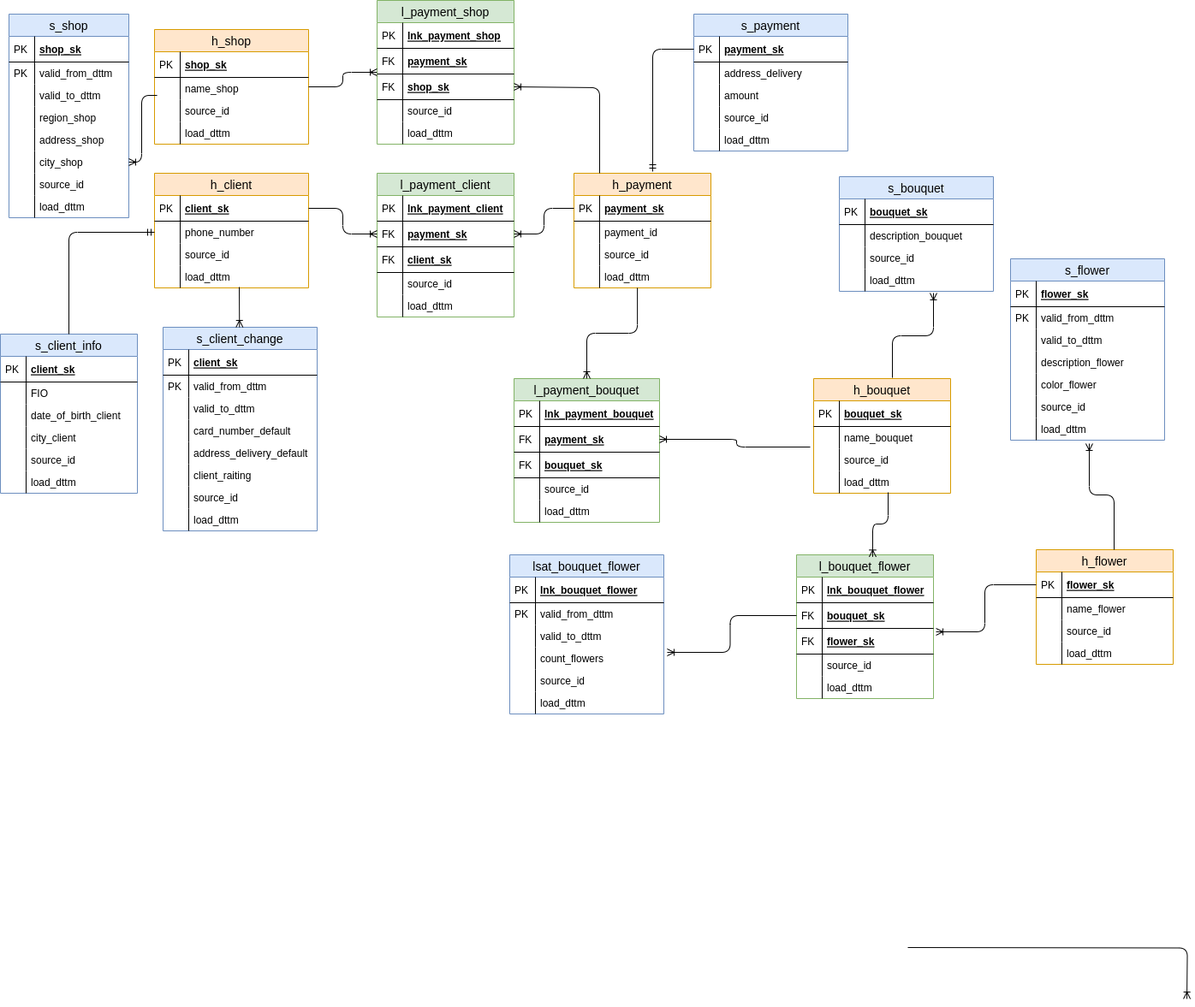
Earlier version of the draw.io export доставка цветов-Data Vault .drawio.png (PPPirogov/Karpov_course). Source tidied: cells renumbered, new cells last; positions are measured from the earlier drawing's top-left corner, leaving out a move shared by most shapes.
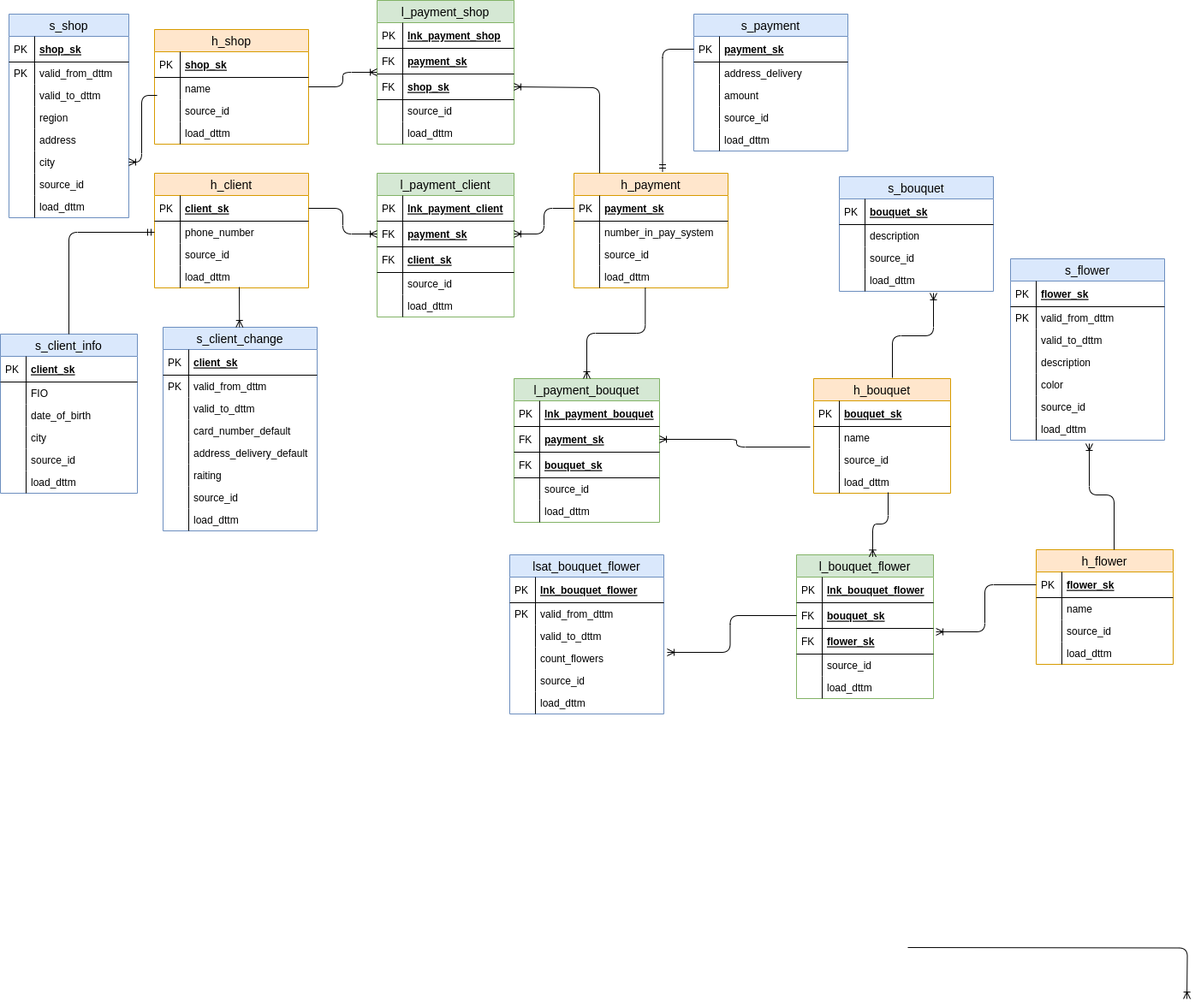
After the commit.

Change to the diagram source:
```diff
@@ -44,13 +44,13 @@
     <mxCell id="15" style="shape=partialRectangle;top=0;left=0;bottom=0;fillColor=none;align=left;verticalAlign=top;spacingLeft=4;spacingRight=4;overflow=hidden;fontSize=12;" parent="14" vertex="1">
       <mxGeometry width="30" height="26" as="geometry" />
     </mxCell>
-    <mxCell id="16" value="date_of_birth_client" style="shape=partialRectangle;top=0;left=0;right=0;bottom=0;align=left;verticalAlign=top;fillColor=none;spacingLeft=34;spacingRight=4;overflow=hidden;fontSize=12;" parent="11" vertex="1">
+    <mxCell id="16" value="date_of_birth" style="shape=partialRectangle;top=0;left=0;right=0;bottom=0;align=left;verticalAlign=top;fillColor=none;spacingLeft=34;spacingRight=4;overflow=hidden;fontSize=12;" parent="11" vertex="1">
       <mxGeometry y="82" width="160" height="26" as="geometry" />
     </mxCell>
     <mxCell id="17" style="shape=partialRectangle;top=0;left=0;bottom=0;fillColor=none;align=left;verticalAlign=top;spacingLeft=4;spacingRight=4;overflow=hidden;fontSize=12;" parent="16" vertex="1">
       <mxGeometry width="30" height="26" as="geometry" />
     </mxCell>
-    <mxCell id="18" value="city_client" style="shape=partialRectangle;top=0;left=0;right=0;bottom=0;align=left;verticalAlign=top;fillColor=none;spacingLeft=34;spacingRight=4;overflow=hidden;fontSize=12;" parent="11" vertex="1">
+    <mxCell id="18" value="city" style="shape=partialRectangle;top=0;left=0;right=0;bottom=0;align=left;verticalAlign=top;fillColor=none;spacingLeft=34;spacingRight=4;overflow=hidden;fontSize=12;" parent="11" vertex="1">
       <mxGeometry y="108" width="160" height="26" as="geometry" />
     </mxCell>
     <mxCell id="19" style="shape=partialRectangle;top=0;left=0;bottom=0;fillColor=none;align=left;verticalAlign=top;spacingLeft=4;spacingRight=4;overflow=hidden;fontSize=12;" parent="18" vertex="1">
@@ -101,7 +101,7 @@
     <mxCell id="34" style="shape=partialRectangle;top=0;left=0;bottom=0;fillColor=none;align=left;verticalAlign=top;spacingLeft=4;spacingRight=4;overflow=hidden;fontSize=12;" parent="33" vertex="1">
       <mxGeometry width="30" height="26" as="geometry" />
     </mxCell>
-    <mxCell id="35" value="client_raiting" style="shape=partialRectangle;top=0;left=0;right=0;bottom=0;align=left;verticalAlign=top;fillColor=none;spacingLeft=34;spacingRight=4;overflow=hidden;fontSize=12;" parent="24" vertex="1">
+    <mxCell id="35" value="raiting" style="shape=partialRectangle;top=0;left=0;right=0;bottom=0;align=left;verticalAlign=top;fillColor=none;spacingLeft=34;spacingRight=4;overflow=hidden;fontSize=12;" parent="24" vertex="1">
       <mxGeometry y="160" width="180" height="26" as="geometry" />
     </mxCell>
     <mxCell id="36" style="shape=partialRectangle;top=0;left=0;bottom=0;fillColor=none;align=left;verticalAlign=top;spacingLeft=4;spacingRight=4;overflow=hidden;fontSize=12;" parent="35" vertex="1">
@@ -159,28 +159,28 @@
       <mxGeometry width="30" height="26" as="geometry" />
     </mxCell>
     <mxCell id="54" value="h_payment" style="swimlane;fontStyle=0;horizontal=1;startSize=26;fillColor=#ffe6cc;swimlaneFillColor=#ffffff;align=center;fontSize=14;strokeColor=#d79b00;" parent="1" vertex="1">
-      <mxGeometry x="670" y="202" width="160" height="134" as="geometry" />
+      <mxGeometry x="670" y="202" width="180" height="134" as="geometry" />
     </mxCell>
     <mxCell id="55" value="payment_sk" style="shape=partialRectangle;top=0;left=0;right=0;bottom=1;align=left;verticalAlign=middle;fillColor=none;spacingLeft=34;spacingRight=4;overflow=hidden;points=[[0,0.5],[1,0.5]];portConstraint=eastwest;fontStyle=5;fontSize=12;" parent="54" vertex="1">
-      <mxGeometry y="26" width="160" height="30" as="geometry" />
+      <mxGeometry y="26" width="180" height="30" as="geometry" />
     </mxCell>
     <mxCell id="56" value="PK" style="shape=partialRectangle;top=0;left=0;bottom=0;fillColor=none;align=left;verticalAlign=middle;spacingLeft=4;spacingRight=4;overflow=hidden;fontSize=12;" parent="55" vertex="1">
       <mxGeometry width="30" height="30" as="geometry" />
     </mxCell>
-    <mxCell id="57" value="payment_id" style="shape=partialRectangle;top=0;left=0;right=0;bottom=0;align=left;verticalAlign=top;fillColor=none;spacingLeft=34;spacingRight=4;overflow=hidden;fontSize=12;" parent="54" vertex="1">
-      <mxGeometry y="56" width="160" height="26" as="geometry" />
+    <mxCell id="57" value="number_in_pay_system" style="shape=partialRectangle;top=0;left=0;right=0;bottom=0;align=left;verticalAlign=top;fillColor=none;spacingLeft=34;spacingRight=4;overflow=hidden;fontSize=12;" parent="54" vertex="1">
+      <mxGeometry y="56" width="180" height="26" as="geometry" />
     </mxCell>
     <mxCell id="58" style="shape=partialRectangle;top=0;left=0;bottom=0;fillColor=none;align=left;verticalAlign=top;spacingLeft=4;spacingRight=4;overflow=hidden;fontSize=12;" parent="57" vertex="1">
       <mxGeometry width="30" height="26" as="geometry" />
     </mxCell>
     <mxCell id="59" value="source_id" style="shape=partialRectangle;top=0;left=0;right=0;bottom=0;align=left;verticalAlign=top;fillColor=none;spacingLeft=34;spacingRight=4;overflow=hidden;fontSize=12;" parent="54" vertex="1">
-      <mxGeometry y="82" width="160" height="26" as="geometry" />
+      <mxGeometry y="82" width="180" height="26" as="geometry" />
     </mxCell>
     <mxCell id="60" style="shape=partialRectangle;top=0;left=0;bottom=0;fillColor=none;align=left;verticalAlign=top;spacingLeft=4;spacingRight=4;overflow=hidden;fontSize=12;" parent="59" vertex="1">
       <mxGeometry width="30" height="26" as="geometry" />
     </mxCell>
     <mxCell id="61" value="load_dttm" style="shape=partialRectangle;top=0;left=0;right=0;bottom=0;align=left;verticalAlign=top;fillColor=none;spacingLeft=34;spacingRight=4;overflow=hidden;points=[[0,0.5],[1,0.5]];portConstraint=eastwest;fontSize=12;" parent="54" vertex="1">
-      <mxGeometry y="108" width="160" height="26" as="geometry" />
+      <mxGeometry y="108" width="180" height="26" as="geometry" />
     </mxCell>
     <mxCell id="62" style="shape=partialRectangle;top=0;left=0;bottom=0;fillColor=none;align=left;verticalAlign=top;spacingLeft=4;spacingRight=4;overflow=hidden;fontSize=12;" parent="61" vertex="1">
       <mxGeometry width="30" height="26" as="geometry" />
@@ -269,7 +269,7 @@
     <mxCell id="90" value="PK" style="shape=partialRectangle;top=0;left=0;bottom=0;fillColor=none;align=left;verticalAlign=middle;spacingLeft=4;spacingRight=4;overflow=hidden;fontSize=12;" parent="89" vertex="1">
       <mxGeometry width="30" height="30" as="geometry" />
     </mxCell>
-    <mxCell id="91" value="name_shop" style="shape=partialRectangle;top=0;left=0;right=0;bottom=0;align=left;verticalAlign=top;fillColor=none;spacingLeft=34;spacingRight=4;overflow=hidden;fontSize=12;" parent="88" vertex="1">
+    <mxCell id="91" value="name" style="shape=partialRectangle;top=0;left=0;right=0;bottom=0;align=left;verticalAlign=top;fillColor=none;spacingLeft=34;spacingRight=4;overflow=hidden;fontSize=12;" parent="88" vertex="1">
       <mxGeometry y="56" width="180" height="26" as="geometry" />
     </mxCell>
     <mxCell id="92" style="shape=partialRectangle;top=0;left=0;bottom=0;fillColor=none;align=left;verticalAlign=top;spacingLeft=4;spacingRight=4;overflow=hidden;fontSize=12;" parent="91" vertex="1">
@@ -318,19 +318,19 @@
     <mxCell id="105" style="shape=partialRectangle;top=0;left=0;bottom=0;fillColor=none;align=left;verticalAlign=top;spacingLeft=4;spacingRight=4;overflow=hidden;fontSize=12;" parent="104" vertex="1">
       <mxGeometry width="30" height="26" as="geometry" />
     </mxCell>
-    <mxCell id="106" value="region_shop" style="shape=partialRectangle;top=0;left=0;right=0;bottom=0;align=left;verticalAlign=top;fillColor=none;spacingLeft=34;spacingRight=4;overflow=hidden;fontSize=12;" parent="99" vertex="1">
+    <mxCell id="106" value="region" style="shape=partialRectangle;top=0;left=0;right=0;bottom=0;align=left;verticalAlign=top;fillColor=none;spacingLeft=34;spacingRight=4;overflow=hidden;fontSize=12;" parent="99" vertex="1">
       <mxGeometry y="108" width="140" height="26" as="geometry" />
     </mxCell>
     <mxCell id="107" style="shape=partialRectangle;top=0;left=0;bottom=0;fillColor=none;align=left;verticalAlign=top;spacingLeft=4;spacingRight=4;overflow=hidden;fontSize=12;" parent="106" vertex="1">
       <mxGeometry width="30" height="26" as="geometry" />
     </mxCell>
-    <mxCell id="108" value="address_shop" style="shape=partialRectangle;top=0;left=0;right=0;bottom=0;align=left;verticalAlign=top;fillColor=none;spacingLeft=34;spacingRight=4;overflow=hidden;fontSize=12;" parent="99" vertex="1">
+    <mxCell id="108" value="address" style="shape=partialRectangle;top=0;left=0;right=0;bottom=0;align=left;verticalAlign=top;fillColor=none;spacingLeft=34;spacingRight=4;overflow=hidden;fontSize=12;" parent="99" vertex="1">
       <mxGeometry y="134" width="140" height="26" as="geometry" />
     </mxCell>
     <mxCell id="109" style="shape=partialRectangle;top=0;left=0;bottom=0;fillColor=none;align=left;verticalAlign=top;spacingLeft=4;spacingRight=4;overflow=hidden;fontSize=12;" parent="108" vertex="1">
       <mxGeometry width="30" height="26" as="geometry" />
     </mxCell>
-    <mxCell id="110" value="city_shop" style="shape=partialRectangle;top=0;left=0;right=0;bottom=0;align=left;verticalAlign=top;fillColor=none;spacingLeft=34;spacingRight=4;overflow=hidden;points=[[0,0.5],[1,0.5]];portConstraint=eastwest;fontSize=12;" parent="99" vertex="1">
+    <mxCell id="110" value="city" style="shape=partialRectangle;top=0;left=0;right=0;bottom=0;align=left;verticalAlign=top;fillColor=none;spacingLeft=34;spacingRight=4;overflow=hidden;points=[[0,0.5],[1,0.5]];portConstraint=eastwest;fontSize=12;" parent="99" vertex="1">
       <mxGeometry y="160" width="140" height="26" as="geometry" />
     </mxCell>
     <mxCell id="111" style="shape=partialRectangle;top=0;left=0;bottom=0;fillColor=none;align=left;verticalAlign=top;spacingLeft=4;spacingRight=4;overflow=hidden;fontSize=12;" parent="110" vertex="1">
@@ -357,7 +357,7 @@
     <mxCell id="118" value="PK" style="shape=partialRectangle;top=0;left=0;bottom=0;fillColor=none;align=left;verticalAlign=middle;spacingLeft=4;spacingRight=4;overflow=hidden;fontSize=12;" parent="117" vertex="1">
       <mxGeometry width="30" height="30" as="geometry" />
     </mxCell>
-    <mxCell id="119" value="name_bouquet" style="shape=partialRectangle;top=0;left=0;right=0;bottom=0;align=left;verticalAlign=top;fillColor=none;spacingLeft=34;spacingRight=4;overflow=hidden;points=[[0,0.5],[1,0.5]];portConstraint=eastwest;fontSize=12;" parent="116" vertex="1">
+    <mxCell id="119" value="name" style="shape=partialRectangle;top=0;left=0;right=0;bottom=0;align=left;verticalAlign=top;fillColor=none;spacingLeft=34;spacingRight=4;overflow=hidden;points=[[0,0.5],[1,0.5]];portConstraint=eastwest;fontSize=12;" parent="116" vertex="1">
       <mxGeometry y="56" width="160" height="26" as="geometry" />
     </mxCell>
     <mxCell id="120" style="shape=partialRectangle;top=0;left=0;bottom=0;fillColor=none;align=left;verticalAlign=top;spacingLeft=4;spacingRight=4;overflow=hidden;fontSize=12;" parent="119" vertex="1">
@@ -423,7 +423,7 @@
     <mxCell id="140" value="PK" style="shape=partialRectangle;top=0;left=0;bottom=0;fillColor=none;align=left;verticalAlign=middle;spacingLeft=4;spacingRight=4;overflow=hidden;fontSize=12;" parent="139" vertex="1">
       <mxGeometry width="30" height="30" as="geometry" />
     </mxCell>
-    <mxCell id="141" value="description_bouquet" style="shape=partialRectangle;top=0;left=0;right=0;bottom=0;align=left;verticalAlign=top;fillColor=none;spacingLeft=34;spacingRight=4;overflow=hidden;fontSize=12;" parent="138" vertex="1">
+    <mxCell id="141" value="description" style="shape=partialRectangle;top=0;left=0;right=0;bottom=0;align=left;verticalAlign=top;fillColor=none;spacingLeft=34;spacingRight=4;overflow=hidden;fontSize=12;" parent="138" vertex="1">
       <mxGeometry y="56" width="180" height="26" as="geometry" />
     </mxCell>
     <mxCell id="142" style="shape=partialRectangle;top=0;left=0;bottom=0;fillColor=none;align=left;verticalAlign=top;spacingLeft=4;spacingRight=4;overflow=hidden;fontSize=12;" parent="141" vertex="1">
@@ -469,7 +469,7 @@
     <mxCell id="152" value="PK" style="shape=partialRectangle;top=0;left=0;bottom=0;fillColor=none;align=left;verticalAlign=middle;spacingLeft=4;spacingRight=4;overflow=hidden;fontSize=12;" parent="151" vertex="1">
       <mxGeometry width="30" height="30" as="geometry" />
     </mxCell>
-    <mxCell id="153" value="name_flower" style="shape=partialRectangle;top=0;left=0;right=0;bottom=0;align=left;verticalAlign=top;fillColor=none;spacingLeft=34;spacingRight=4;overflow=hidden;fontSize=12;" parent="150" vertex="1">
+    <mxCell id="153" value="name" style="shape=partialRectangle;top=0;left=0;right=0;bottom=0;align=left;verticalAlign=top;fillColor=none;spacingLeft=34;spacingRight=4;overflow=hidden;fontSize=12;" parent="150" vertex="1">
       <mxGeometry y="56" width="160" height="26" as="geometry" />
     </mxCell>
     <mxCell id="154" style="shape=partialRectangle;top=0;left=0;bottom=0;fillColor=none;align=left;verticalAlign=top;spacingLeft=4;spacingRight=4;overflow=hidden;fontSize=12;" parent="153" vertex="1">
@@ -589,13 +589,13 @@
     <mxCell id="192" style="shape=partialRectangle;top=0;left=0;bottom=0;fillColor=none;align=left;verticalAlign=top;spacingLeft=4;spacingRight=4;overflow=hidden;fontSize=12;" parent="191" vertex="1">
       <mxGeometry width="30" height="26" as="geometry" />
     </mxCell>
-    <mxCell id="193" value="description_flower" style="shape=partialRectangle;top=0;left=0;right=0;bottom=0;align=left;verticalAlign=top;fillColor=none;spacingLeft=34;spacingRight=4;overflow=hidden;fontSize=12;" parent="186" vertex="1">
+    <mxCell id="193" value="description" style="shape=partialRectangle;top=0;left=0;right=0;bottom=0;align=left;verticalAlign=top;fillColor=none;spacingLeft=34;spacingRight=4;overflow=hidden;fontSize=12;" parent="186" vertex="1">
       <mxGeometry y="108" width="180" height="26" as="geometry" />
     </mxCell>
     <mxCell id="194" style="shape=partialRectangle;top=0;left=0;bottom=0;fillColor=none;align=left;verticalAlign=top;spacingLeft=4;spacingRight=4;overflow=hidden;fontSize=12;" parent="193" vertex="1">
       <mxGeometry width="30" height="26" as="geometry" />
     </mxCell>
-    <mxCell id="195" value="color_flower" style="shape=partialRectangle;top=0;left=0;right=0;bottom=0;align=left;verticalAlign=top;fillColor=none;spacingLeft=34;spacingRight=4;overflow=hidden;fontSize=12;" parent="186" vertex="1">
+    <mxCell id="195" value="color" style="shape=partialRectangle;top=0;left=0;right=0;bottom=0;align=left;verticalAlign=top;fillColor=none;spacingLeft=34;spacingRight=4;overflow=hidden;fontSize=12;" parent="186" vertex="1">
       <mxGeometry y="134" width="180" height="26" as="geometry" />
     </mxCell>
     <mxCell id="196" style="shape=partialRectangle;top=0;left=0;bottom=0;fillColor=none;align=left;verticalAlign=top;spacingLeft=4;spacingRight=4;overflow=hidden;fontSize=12;" parent="195" vertex="1">
```
